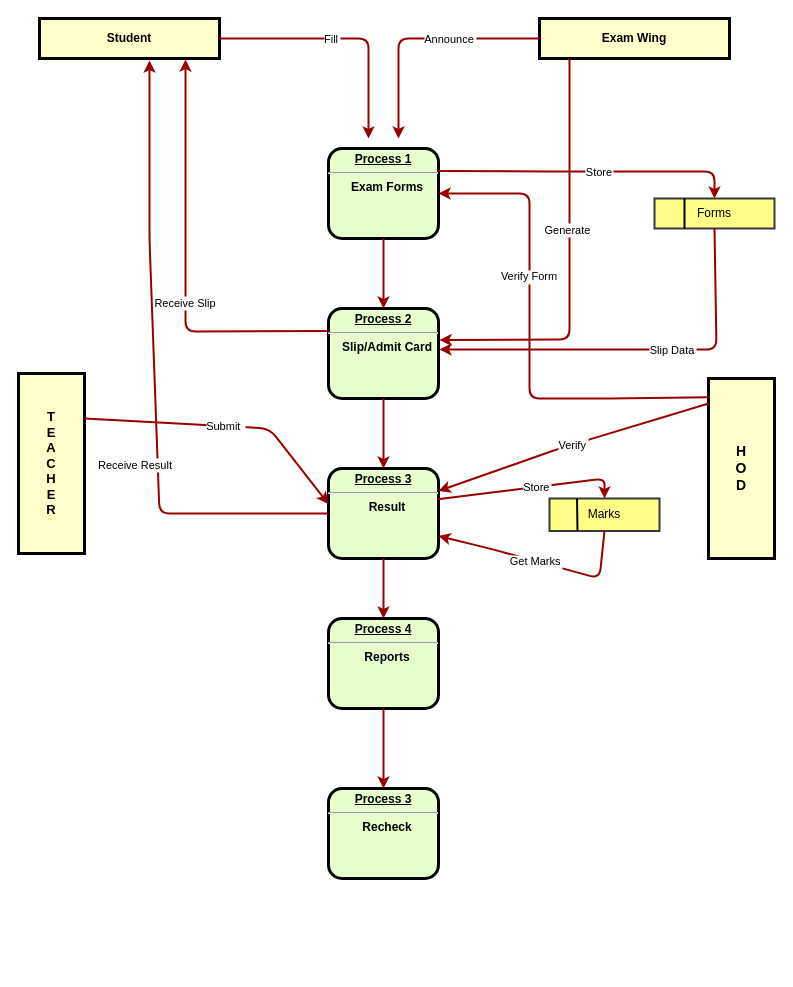
Above: Diagrams/DFD Final.drawio in MohsinAliSoomro/CES (draw.io), before the change. Source tidied: cells renumbered, new cells numbered last; positions are measured from the earlier drawing's top-left corner, leaving out a move shared by most shapes. Both pictures are drawn from the tidied source at 100%, with x=0, y=0 at pixel (18, 18).
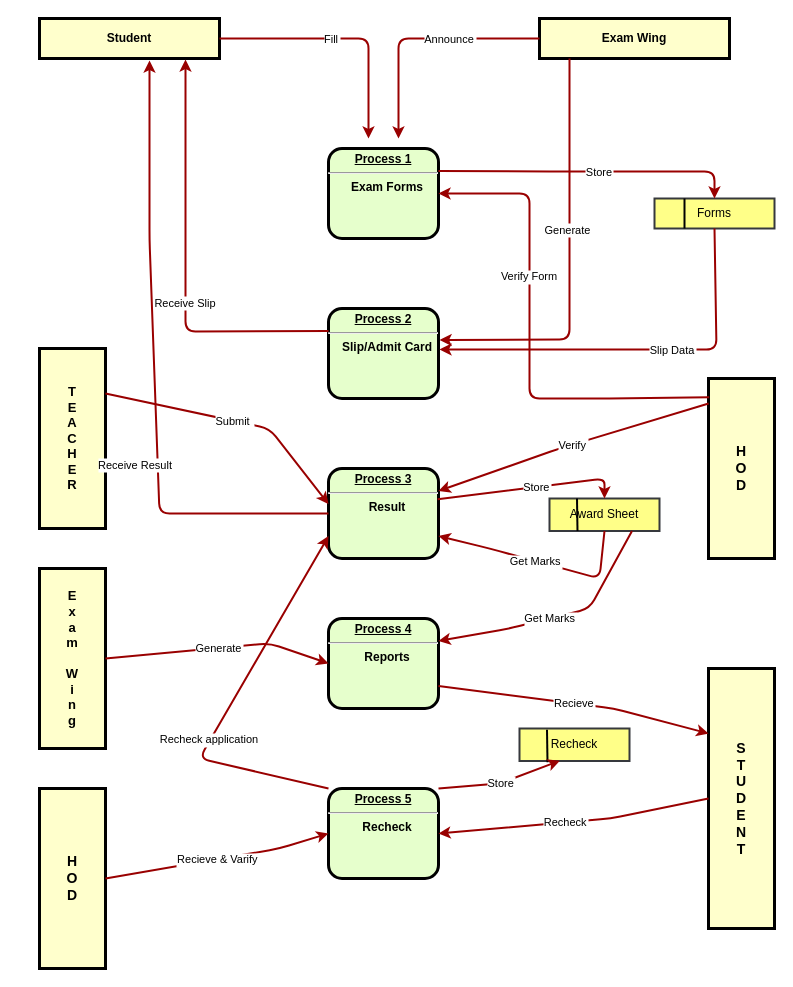
The same page after the edit.

Commit message:
Update dfd and add all attributes

The change refers to these unchanged cells:
```xml
<mxCell id="2" value="&lt;p style=&quot;margin: 0px ; margin-top: 4px ; text-align: center ; text-decoration: underline&quot;&gt;&lt;strong&gt;Process 1&lt;br&gt;&lt;/strong&gt;&lt;/p&gt;&lt;hr&gt;&lt;p style=&quot;margin: 0px ; margin-left: 8px&quot;&gt;Exam Forms&lt;/p&gt;" style="verticalAlign=middle;align=center;overflow=fill;fontSize=12;fontFamily=Helvetica;html=1;rounded=1;fontStyle=1;strokeWidth=3;fillColor=#E6FFCC;" parent="1" vertex="1">
  <mxGeometry x="310" y="130" width="110" height="90" as="geometry" />
</mxCell>
<mxCell id="8" value="&lt;p style=&quot;margin: 0px ; margin-top: 4px ; text-align: center ; text-decoration: underline&quot;&gt;&lt;strong&gt;Process 2&lt;br&gt;&lt;/strong&gt;&lt;/p&gt;&lt;hr&gt;&lt;p style=&quot;margin: 0px ; margin-left: 8px&quot;&gt;Slip/Admit Card&lt;/p&gt;" style="verticalAlign=middle;align=center;overflow=fill;fontSize=12;fontFamily=Helvetica;html=1;rounded=1;fontStyle=1;strokeWidth=3;fillColor=#E6FFCC;" parent="1" vertex="1">
  <mxGeometry x="310" y="290" width="110" height="90" as="geometry" />
</mxCell>
<mxCell id="12" value="&lt;p style=&quot;margin: 0px ; margin-top: 4px ; text-align: center ; text-decoration: underline&quot;&gt;&lt;strong&gt;Process 3&lt;br&gt;&lt;/strong&gt;&lt;/p&gt;&lt;hr&gt;&lt;p style=&quot;margin: 0px ; margin-left: 8px&quot;&gt;Result&lt;/p&gt;" style="verticalAlign=middle;align=center;overflow=fill;fontSize=12;fontFamily=Helvetica;html=1;rounded=1;fontStyle=1;strokeWidth=3;fillColor=#E6FFCC;" parent="1" vertex="1">
  <mxGeometry x="310" y="450" width="110" height="90" as="geometry" />
</mxCell>
<mxCell id="14" value="&lt;p style=&quot;margin: 0px ; margin-top: 4px ; text-align: center ; text-decoration: underline&quot;&gt;&lt;strong&gt;Process 4&lt;br&gt;&lt;/strong&gt;&lt;/p&gt;&lt;hr&gt;&lt;p style=&quot;margin: 0px ; margin-left: 8px&quot;&gt;Reports&lt;/p&gt;" style="verticalAlign=middle;align=center;overflow=fill;fontSize=12;fontFamily=Helvetica;html=1;rounded=1;fontStyle=1;strokeWidth=3;fillColor=#E6FFCC;" parent="1" vertex="1">
  <mxGeometry x="310" y="600" width="110" height="90" as="geometry" />
</mxCell>
```

The edit, as a diff of the source:
```diff
@@
-    <mxCell id="7" style="edgeStyle=orthogonalEdgeStyle;rounded=0;jettySize=auto;html=1;strokeWidth=2;strokeColor=#990000;" parent="1" edge="1" source="2" target="8">
-      <mxGeometry relative="1" as="geometry" />
-    </mxCell>
@@
-    <mxCell id="11" style="edgeStyle=orthogonalEdgeStyle;rounded=0;jettySize=auto;html=1;strokeWidth=2;strokeColor=#990000;exitX=0.5;exitY=1;exitDx=0;exitDy=0;" parent="1" edge="1" source="8" target="12">
-      <mxGeometry relative="1" as="geometry" />
-    </mxCell>
@@
-    <mxCell id="13" style="edgeStyle=orthogonalEdgeStyle;rounded=0;jettySize=auto;html=1;strokeWidth=2;strokeColor=#990000;exitX=0.5;exitY=1;exitDx=0;exitDy=0;" parent="1" edge="1" source="12" target="14">
-      <mxGeometry relative="1" as="geometry" />
-    </mxCell>
@@
-    <mxCell id="15" style="edgeStyle=orthogonalEdgeStyle;rounded=0;jettySize=auto;html=1;strokeWidth=2;strokeColor=#990000;" parent="1" edge="1" source="14" target="16">
-      <mxGeometry relative="1" as="geometry" />
-    </mxCell>
-    <mxCell id="16" value="&lt;p style=&quot;margin: 0px ; margin-top: 4px ; text-align: center ; text-decoration: underline&quot;&gt;&lt;strong&gt;Process 3&lt;br&gt;&lt;/strong&gt;&lt;/p&gt;&lt;hr&gt;&lt;p style=&quot;margin: 0px ; margin-left: 8px&quot;&gt;Recheck&lt;/p&gt;" style="verticalAlign=middle;align=center;overflow=fill;fontSize=12;fontFamily=Helvetica;html=1;rounded=1;fontStyle=1;strokeWidth=3;fillColor=#E6FFCC;" parent="1" vertex="1">
+    <mxCell id="16" value="&lt;p style=&quot;margin: 0px ; margin-top: 4px ; text-align: center ; text-decoration: underline&quot;&gt;&lt;strong&gt;Process 5&lt;br&gt;&lt;/strong&gt;&lt;/p&gt;&lt;hr&gt;&lt;p style=&quot;margin: 0px ; margin-left: 8px&quot;&gt;Recheck&lt;/p&gt;" style="verticalAlign=middle;align=center;overflow=fill;fontSize=12;fontFamily=Helvetica;html=1;rounded=1;fontStyle=1;strokeWidth=3;fillColor=#E6FFCC;" parent="1" vertex="1">
       <mxGeometry x="310" y="770" width="110" height="90" as="geometry" />
     </mxCell>
     <mxCell id="17" value="T&#10;E&#10;A&#10;C&#10;H&#10;E&#10;R" style="whiteSpace=wrap;align=center;verticalAlign=middle;fontStyle=1;strokeWidth=3;fillColor=#FFFFCC;fontSize=13;" parent="1" vertex="1">
-      <mxGeometry y="355" width="66" height="180" as="geometry" />
+      <mxGeometry x="21" y="330" width="66" height="180" as="geometry" />
     </mxCell>
@@
-    <mxCell id="26" value="Marks" style="rounded=0;whiteSpace=wrap;html=1;strokeWidth=2;fillColor=#ffff88;strokeColor=#36393d;" parent="1" vertex="1">
+    <mxCell id="26" value="Award Sheet" style="rounded=0;whiteSpace=wrap;html=1;strokeWidth=2;fillColor=#ffff88;strokeColor=#36393d;" parent="1" vertex="1">
       <mxGeometry x="531" y="480" width="110" height="32.5" as="geometry" />
     </mxCell>
@@
+    <mxCell id="31" value="E&#10;x&#10;a&#10;m&#10; &#10;W&#10;i&#10;n&#10;g" style="whiteSpace=wrap;align=center;verticalAlign=middle;fontStyle=1;strokeWidth=3;fillColor=#FFFFCC;fontSize=13;" parent="1" vertex="1">
+      <mxGeometry x="21" y="550" width="66" height="180" as="geometry" />
+    </mxCell>
+    <mxCell id="32" value="Generate" style="edgeStyle=none;noEdgeStyle=1;strokeColor=#990000;strokeWidth=2;entryX=0;entryY=0.5;entryDx=0;entryDy=0;exitX=1;exitY=0.5;exitDx=0;exitDy=0;" parent="1" edge="1" source="31" target="14">
+      <mxGeometry relative="1" as="geometry">
+        <Array as="points">
+          <mxPoint x="251" y="624.7" />
+        </Array>
+      </mxGeometry>
+    </mxCell>
+    <mxCell id="33" value="H&#10;O&#10;D" style="whiteSpace=wrap;align=center;verticalAlign=middle;fontStyle=1;strokeWidth=3;fillColor=#FFFFCC;fontSize=14;" parent="1" vertex="1">
+      <mxGeometry x="21" y="770" width="66" height="180" as="geometry" />
+    </mxCell>
+    <mxCell id="34" value="S&#10;T&#10;U&#10;D&#10;E&#10;N&#10;T" style="whiteSpace=wrap;align=center;verticalAlign=middle;fontStyle=1;strokeWidth=3;fillColor=#FFFFCC;fontSize=14;" parent="1" vertex="1">
+      <mxGeometry x="690" y="650" width="66" height="260" as="geometry" />
+    </mxCell>
+    <mxCell id="35" value="Recieve" style="edgeStyle=none;noEdgeStyle=1;strokeColor=#990000;strokeWidth=2;entryX=0;entryY=0.25;entryDx=0;entryDy=0;exitX=1;exitY=0.75;exitDx=0;exitDy=0;" parent="1" edge="1" source="14" target="34">
+      <mxGeometry relative="1" as="geometry">
+        <Array as="points">
+          <mxPoint x="595" y="690" />
+        </Array>
+      </mxGeometry>
+    </mxCell>
+    <mxCell id="36" value="Get Marks" style="edgeStyle=none;noEdgeStyle=1;strokeColor=#990000;strokeWidth=2;entryX=1;entryY=0.25;entryDx=0;entryDy=0;exitX=0.75;exitY=1;exitDx=0;exitDy=0;" parent="1" edge="1" source="26" target="14">
+      <mxGeometry x="0.06" relative="1" as="geometry">
+        <Array as="points">
+          <mxPoint x="571" y="590" />
+          <mxPoint x="491" y="610" />
+        </Array>
+      </mxGeometry>
+    </mxCell>
+    <mxCell id="37" value="Recieve &amp; Varify" style="edgeStyle=none;noEdgeStyle=1;strokeColor=#990000;strokeWidth=2;entryX=0;entryY=0.5;entryDx=0;entryDy=0;exitX=1;exitY=0.5;exitDx=0;exitDy=0;" parent="1" edge="1" source="33" target="16">
+      <mxGeometry relative="1" as="geometry">
+        <Array as="points">
+          <mxPoint x="261" y="830" />
+        </Array>
+      </mxGeometry>
+    </mxCell>
+    <mxCell id="38" value="Recheck" style="edgeStyle=none;noEdgeStyle=1;strokeColor=#990000;strokeWidth=2;entryX=1;entryY=0.5;entryDx=0;entryDy=0;exitX=0;exitY=0.5;exitDx=0;exitDy=0;" parent="1" edge="1" source="34" target="16">
+      <mxGeometry x="0.06" relative="1" as="geometry">
+        <Array as="points">
+          <mxPoint x="592" y="800" />
+        </Array>
+      </mxGeometry>
+    </mxCell>
+    <mxCell id="39" value="Recheck" style="rounded=0;whiteSpace=wrap;html=1;strokeWidth=2;fillColor=#ffff88;strokeColor=#36393d;" parent="1" vertex="1">
+      <mxGeometry x="501" y="710" width="110" height="32.5" as="geometry" />
+    </mxCell>
+    <mxCell id="40" style="edgeStyle=elbowEdgeStyle;rounded=0;orthogonalLoop=1;jettySize=auto;html=1;exitX=0.25;exitY=0;exitDx=0;exitDy=0;entryX=0.25;entryY=1;entryDx=0;entryDy=0;startArrow=none;startFill=0;endArrow=none;endFill=0;strokeColor=#000000;strokeWidth=2;" parent="1" edge="1">
+      <mxGeometry relative="1" as="geometry">
+        <mxPoint x="528.5" y="711.2" as="sourcePoint" />
+        <mxPoint x="528.5" y="743.8" as="targetPoint" />
+      </mxGeometry>
+    </mxCell>
+    <mxCell id="41" value="Store" style="edgeStyle=none;noEdgeStyle=1;strokeColor=#990000;strokeWidth=2;entryX=0.367;entryY=0.991;entryDx=0;entryDy=0;exitX=1;exitY=0;exitDx=0;exitDy=0;entryPerimeter=0;" parent="1" edge="1" source="16" target="39">
+      <mxGeometry relative="1" as="geometry">
+        <Array as="points">
+          <mxPoint x="481" y="765" />
+        </Array>
+      </mxGeometry>
+    </mxCell>
+    <mxCell id="42" value="Recheck application" style="edgeStyle=none;noEdgeStyle=1;strokeColor=#990000;strokeWidth=2;exitX=0;exitY=0;exitDx=0;exitDy=0;entryX=0;entryY=0.75;entryDx=0;entryDy=0;" parent="1" edge="1" source="16" target="12">
+      <mxGeometry x="-0.21" y="1" relative="1" as="geometry">
+        <Array as="points">
+          <mxPoint x="181" y="740" />
+        </Array>
+      </mxGeometry>
+    </mxCell>
```
